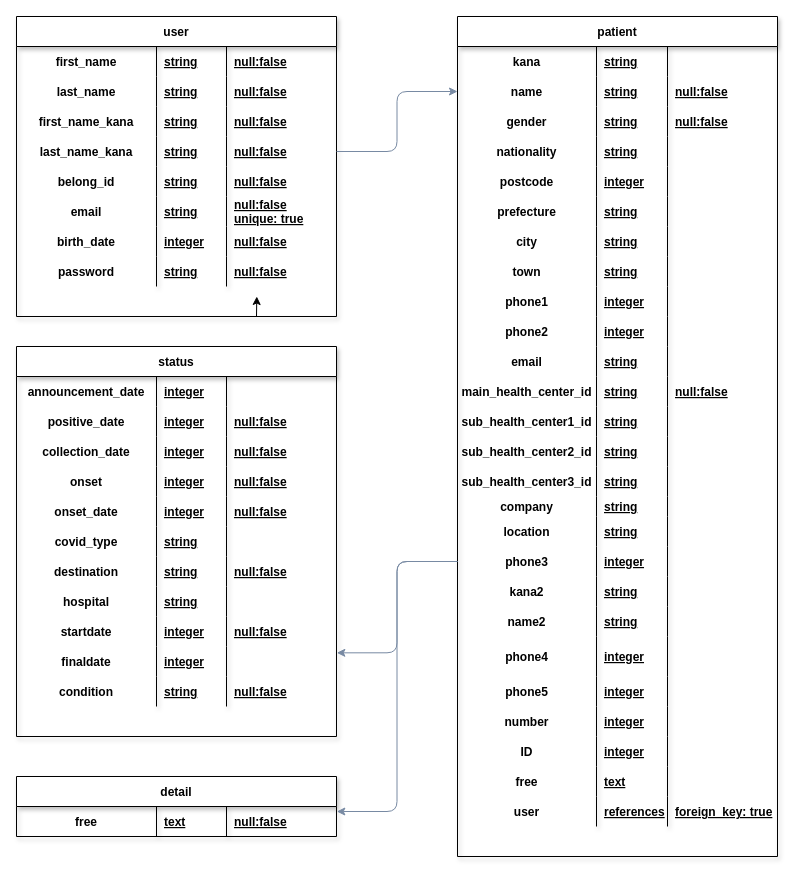
Before: HMC2.dio in haihaihai103/HMC2, a draw.io diagram. Source tidied: cells renumbered, new cells numbered last; positions are measured from the earlier drawing's top-left corner, leaving out a move shared by most shapes. Both pictures are drawn from the tidied source at 100%, with x=0, y=0 at pixel (16, 16).
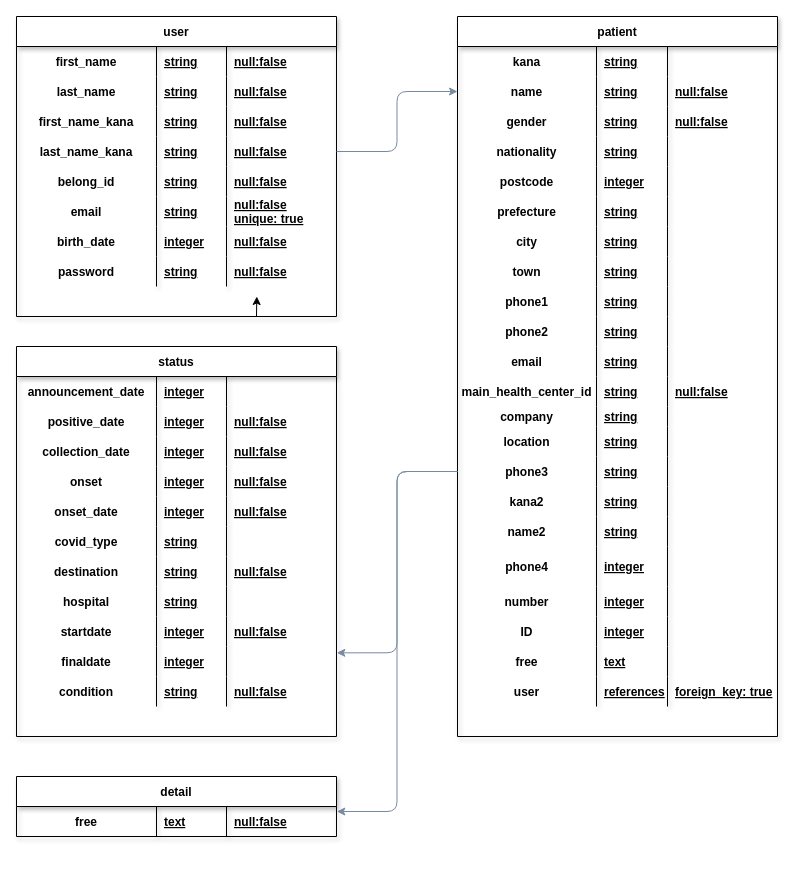
The same diagram, later.

The change refers to these unchanged cells:
```xml
<mxCell id="119" style="shape=partialRectangle;fillColor=none;top=0;left=0;bottom=0;right=0;" parent="86" vertex="1">
  <mxGeometry y="270" width="320" height="30" as="geometry" />
</mxCell>
<mxCell id="123" style="shape=partialRectangle;fillColor=none;top=0;left=0;bottom=0;right=0;" parent="86" vertex="1">
  <mxGeometry y="300" width="320" height="30" as="geometry" />
</mxCell>
```

Change to the diagram source:
```diff
@@
     <mxCell id="86" value="patient" style="shape=table;startSize=30;childLayout=tableLayout;rowLines=0;fontStyle=1;align=center;shadow=1;" parent="1" vertex="1">
-      <mxGeometry x="441" width="320" height="840" as="geometry" />
+      <mxGeometry x="441" width="320" height="720" as="geometry" />
     </mxCell>
@@
-    <mxCell id="121" value="integer" style="shape=partialRectangle;fillColor=none;top=0;left=0;bottom=0;right=0;align=left;spacingLeft=6;fontStyle=5;overflow=hidden;" parent="119" vertex="1">
+    <mxCell id="121" value="string" style="shape=partialRectangle;fillColor=none;top=0;left=0;bottom=0;right=0;align=left;spacingLeft=6;fontStyle=5;overflow=hidden;" parent="119" vertex="1">
       <mxGeometry x="139" width="71" height="30" as="geometry" />
     </mxCell>
@@
-    <mxCell id="125" value="integer" style="shape=partialRectangle;fillColor=none;top=0;left=0;bottom=0;right=0;align=left;spacingLeft=6;fontStyle=5;overflow=hidden;" parent="123" vertex="1">
+    <mxCell id="125" value="string" style="shape=partialRectangle;fillColor=none;top=0;left=0;bottom=0;right=0;align=left;spacingLeft=6;fontStyle=5;overflow=hidden;" parent="123" vertex="1">
       <mxGeometry x="139" width="71" height="30" as="geometry" />
     </mxCell>
@@
-    <mxCell id="135" style="shape=partialRectangle;fillColor=none;top=0;left=0;bottom=0;right=0;" parent="86" vertex="1">
-      <mxGeometry y="390" width="320" height="30" as="geometry" />
-    </mxCell>
-    <mxCell id="136" value="sub_health_center1_id" style="shape=partialRectangle;fillColor=none;top=0;left=0;bottom=0;right=0;fontStyle=1;overflow=hidden;" parent="135" vertex="1">
-      <mxGeometry width="139" height="30" as="geometry" />
-    </mxCell>
-    <mxCell id="137" value="string" style="shape=partialRectangle;fillColor=none;top=0;left=0;bottom=0;right=0;align=left;spacingLeft=6;fontStyle=5;overflow=hidden;" parent="135" vertex="1">
-      <mxGeometry x="139" width="71" height="30" as="geometry" />
-    </mxCell>
-    <mxCell id="138" style="shape=partialRectangle;fillColor=none;top=0;left=0;bottom=0;right=0;align=left;spacingLeft=6;fontStyle=5;overflow=hidden;" parent="135" vertex="1">
-      <mxGeometry x="210" width="110" height="30" as="geometry" />
-    </mxCell>
-    <mxCell id="139" style="shape=partialRectangle;fillColor=none;top=0;left=0;bottom=0;right=0;" parent="86" vertex="1">
-      <mxGeometry y="420" width="320" height="30" as="geometry" />
-    </mxCell>
-    <mxCell id="140" value="sub_health_center2_id" style="shape=partialRectangle;fillColor=none;top=0;left=0;bottom=0;right=0;fontStyle=1;overflow=hidden;" parent="139" vertex="1">
-      <mxGeometry width="139" height="30" as="geometry" />
-    </mxCell>
-    <mxCell id="141" value="string" style="shape=partialRectangle;fillColor=none;top=0;left=0;bottom=0;right=0;align=left;spacingLeft=6;fontStyle=5;overflow=hidden;" parent="139" vertex="1">
-      <mxGeometry x="139" width="71" height="30" as="geometry" />
-    </mxCell>
-    <mxCell id="142" style="shape=partialRectangle;fillColor=none;top=0;left=0;bottom=0;right=0;align=left;spacingLeft=6;fontStyle=5;overflow=hidden;" parent="139" vertex="1">
-      <mxGeometry x="210" width="110" height="30" as="geometry" />
-    </mxCell>
-    <mxCell id="143" style="shape=partialRectangle;fillColor=none;top=0;left=0;bottom=0;right=0;" parent="86" vertex="1">
-      <mxGeometry y="450" width="320" height="30" as="geometry" />
-    </mxCell>
-    <mxCell id="144" value="sub_health_center3_id" style="shape=partialRectangle;fillColor=none;top=0;left=0;bottom=0;right=0;fontStyle=1;overflow=hidden;" parent="143" vertex="1">
-      <mxGeometry width="139" height="30" as="geometry" />
-    </mxCell>
-    <mxCell id="145" value="string" style="shape=partialRectangle;fillColor=none;top=0;left=0;bottom=0;right=0;align=left;spacingLeft=6;fontStyle=5;overflow=hidden;" parent="143" vertex="1">
-      <mxGeometry x="139" width="71" height="30" as="geometry" />
-    </mxCell>
-    <mxCell id="146" style="shape=partialRectangle;fillColor=none;top=0;left=0;bottom=0;right=0;align=left;spacingLeft=6;fontStyle=5;overflow=hidden;" parent="143" vertex="1">
-      <mxGeometry x="210" width="110" height="30" as="geometry" />
-    </mxCell>
     <mxCell id="147" style="shape=partialRectangle;fillColor=none;top=0;left=0;bottom=0;right=0;" parent="86" vertex="1">
-      <mxGeometry y="480" width="320" height="20" as="geometry" />
+      <mxGeometry y="390" width="320" height="20" as="geometry" />
     </mxCell>
@@
     <mxCell id="151" style="shape=partialRectangle;fillColor=none;top=0;left=0;bottom=0;right=0;" parent="86" vertex="1">
-      <mxGeometry y="500" width="320" height="30" as="geometry" />
+      <mxGeometry y="410" width="320" height="30" as="geometry" />
     </mxCell>
@@
     <mxCell id="155" style="shape=partialRectangle;fillColor=none;top=0;left=0;bottom=0;right=0;points=[[0,0.5],[1,0.5]];portConstraint=eastwest;" parent="86" vertex="1">
-      <mxGeometry y="530" width="320" height="30" as="geometry" />
+      <mxGeometry y="440" width="320" height="30" as="geometry" />
     </mxCell>
@@
-    <mxCell id="157" value="integer" style="shape=partialRectangle;fillColor=none;top=0;left=0;bottom=0;right=0;align=left;spacingLeft=6;fontStyle=5;overflow=hidden;" parent="155" vertex="1">
+    <mxCell id="157" value="string" style="shape=partialRectangle;fillColor=none;top=0;left=0;bottom=0;right=0;align=left;spacingLeft=6;fontStyle=5;overflow=hidden;" parent="155" vertex="1">
       <mxGeometry x="139" width="71" height="30" as="geometry" />
     </mxCell>
@@
     <mxCell id="159" style="shape=partialRectangle;fillColor=none;top=0;left=0;bottom=0;right=0;" parent="86" vertex="1">
-      <mxGeometry y="560" width="320" height="30" as="geometry" />
+      <mxGeometry y="470" width="320" height="30" as="geometry" />
     </mxCell>
@@
     <mxCell id="163" style="shape=partialRectangle;fillColor=none;top=0;left=0;bottom=0;right=0;" parent="86" vertex="1">
-      <mxGeometry y="590" width="320" height="30" as="geometry" />
+      <mxGeometry y="500" width="320" height="30" as="geometry" />
     </mxCell>
@@
     <mxCell id="167" style="shape=partialRectangle;fillColor=none;top=0;left=0;bottom=0;right=0;" parent="86" vertex="1">
-      <mxGeometry y="620" width="320" height="40" as="geometry" />
+      <mxGeometry y="530" width="320" height="40" as="geometry" />
     </mxCell>
@@
-    <mxCell id="171" style="shape=partialRectangle;fillColor=none;top=0;left=0;bottom=0;right=0;" parent="86" vertex="1">
-      <mxGeometry y="660" width="320" height="30" as="geometry" />
-    </mxCell>
-    <mxCell id="172" value="phone5" style="shape=partialRectangle;fillColor=none;top=0;left=0;bottom=0;right=0;fontStyle=1;overflow=hidden;" parent="171" vertex="1">
-      <mxGeometry width="139" height="30" as="geometry" />
-    </mxCell>
-    <mxCell id="173" value="integer" style="shape=partialRectangle;fillColor=none;top=0;left=0;bottom=0;right=0;align=left;spacingLeft=6;fontStyle=5;overflow=hidden;" parent="171" vertex="1">
-      <mxGeometry x="139" width="71" height="30" as="geometry" />
-    </mxCell>
-    <mxCell id="174" style="shape=partialRectangle;fillColor=none;top=0;left=0;bottom=0;right=0;align=left;spacingLeft=6;fontStyle=5;overflow=hidden;" parent="171" vertex="1">
-      <mxGeometry x="210" width="110" height="30" as="geometry" />
-    </mxCell>
     <mxCell id="175" style="shape=partialRectangle;fillColor=none;top=0;left=0;bottom=0;right=0;" parent="86" vertex="1">
-      <mxGeometry y="690" width="320" height="30" as="geometry" />
+      <mxGeometry y="570" width="320" height="30" as="geometry" />
     </mxCell>
@@
     <mxCell id="179" style="shape=partialRectangle;fillColor=none;top=0;left=0;bottom=0;right=0;" parent="86" vertex="1">
-      <mxGeometry y="720" width="320" height="30" as="geometry" />
+      <mxGeometry y="600" width="320" height="30" as="geometry" />
     </mxCell>
@@
     <mxCell id="183" style="shape=partialRectangle;fillColor=none;top=0;left=0;bottom=0;right=0;" parent="86" vertex="1">
-      <mxGeometry y="750" width="320" height="30" as="geometry" />
+      <mxGeometry y="630" width="320" height="30" as="geometry" />
     </mxCell>
@@
     <mxCell id="187" style="shape=partialRectangle;fillColor=none;top=0;left=0;bottom=0;right=0;" parent="86" vertex="1">
-      <mxGeometry y="780" width="320" height="30" as="geometry" />
+      <mxGeometry y="660" width="320" height="30" as="geometry" />
     </mxCell>
```
